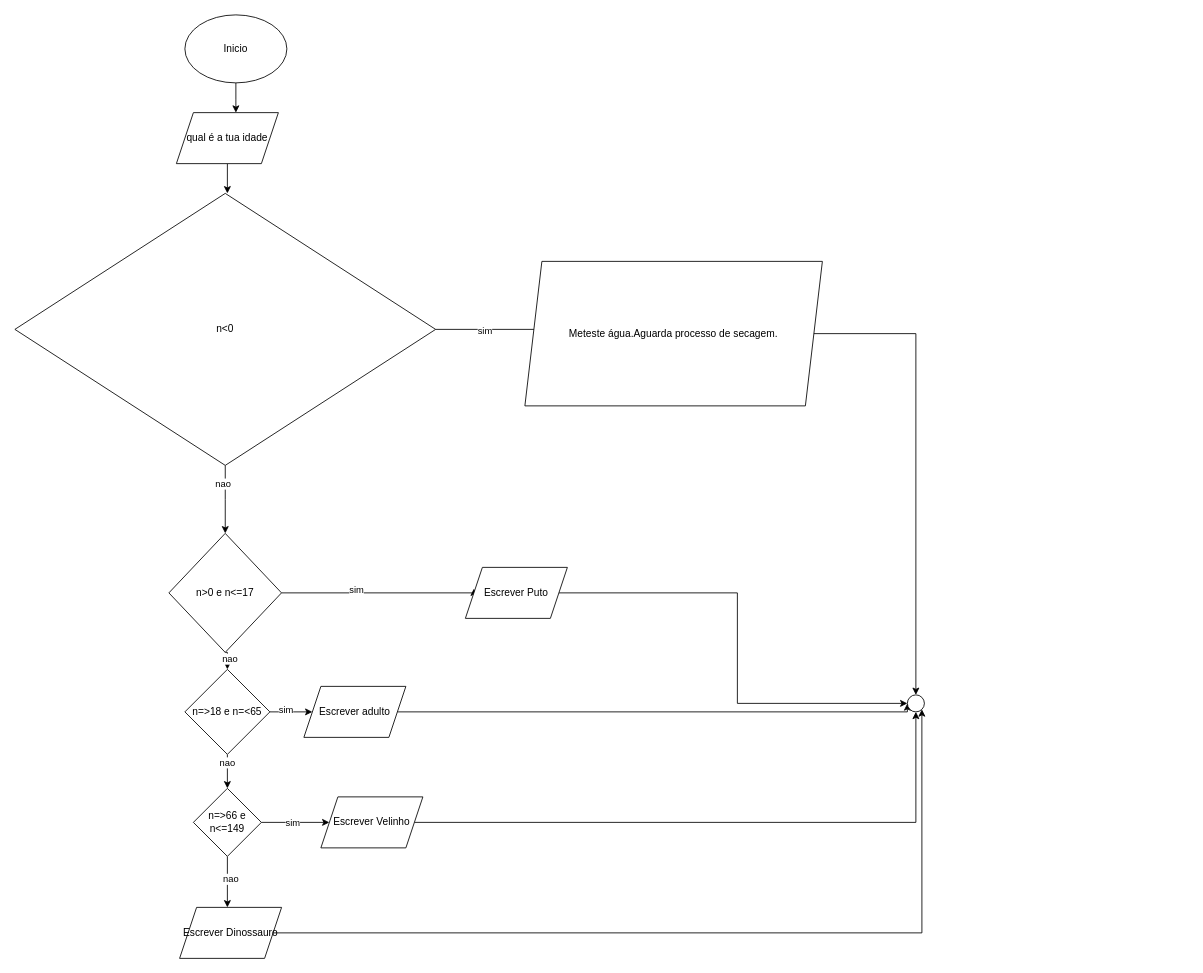
This is fluxograma 10.drawio from Goncalo203/diagrama-1, a draw.io file, before an edit. Source tidied: cells renumbered, new cells numbered last; positions are measured from the earlier drawing's top-left corner, leaving out a move shared by most shapes. Both pictures are drawn from the tidied source at 85%, with x=0, y=0 at pixel (14, 14).
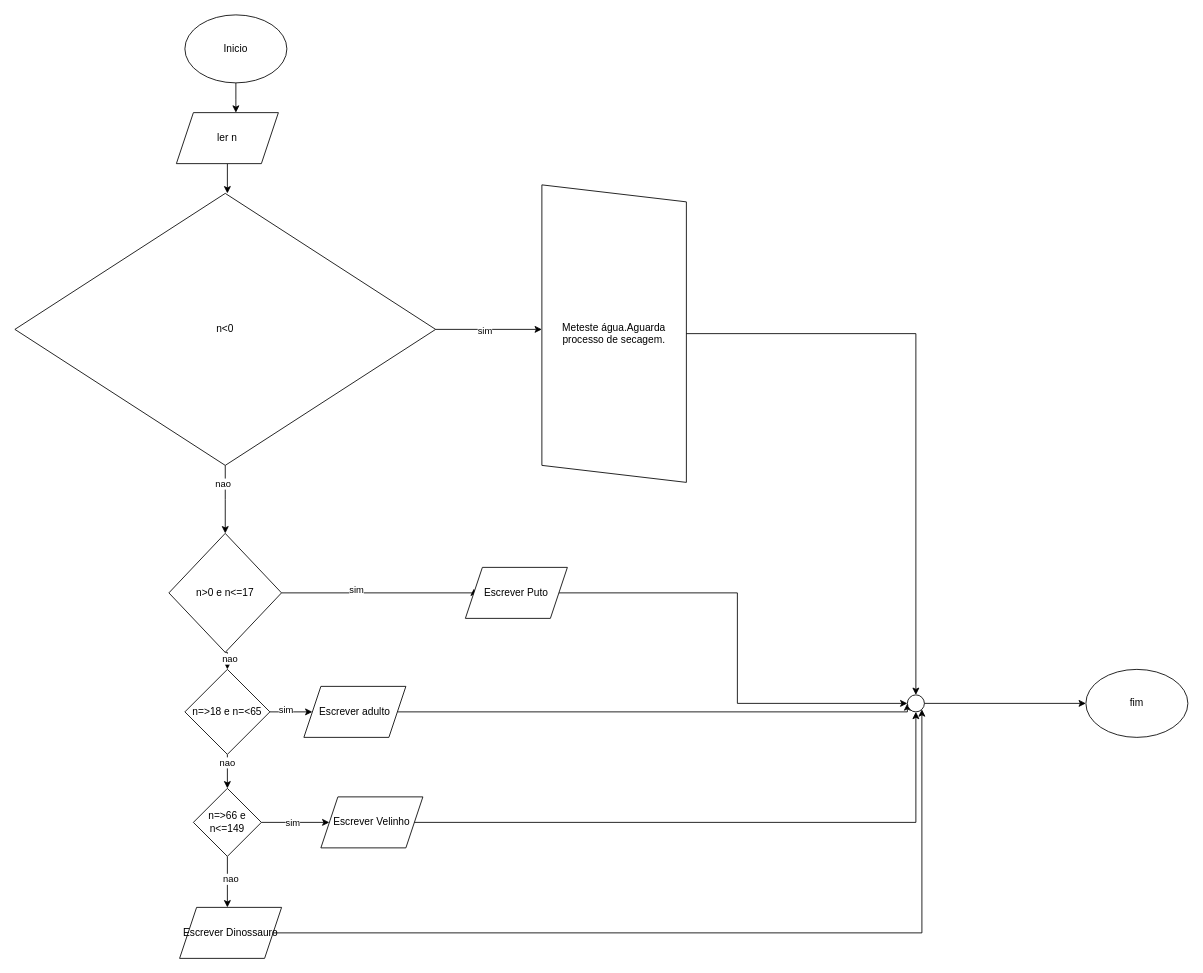
The same page after the edit.

Unchanged cells that the change refers to:
```xml
<mxCell id="37" style="ellipse;whiteSpace=wrap;html=1;shapeInside=1;" parent="1" vertex="1">
  <mxGeometry x="1050" y="800" width="20" height="20" as="geometry" />
</mxCell>
```

Change to the diagram source:
```diff
@@
-    <mxCell id="5" value="qual é a tua idade" style="shape=parallelogram;perimeter=parallelogramPerimeter;whiteSpace=wrap;html=1;shapeInside=1;fixedSize=1;" parent="1" vertex="1">
+    <mxCell id="5" value="ler n" style="shape=parallelogram;perimeter=parallelogramPerimeter;whiteSpace=wrap;html=1;shapeInside=1;fixedSize=1;" parent="1" vertex="1">
       <mxGeometry x="190" y="115" width="120" height="60" as="geometry" />
     </mxCell>
@@
-    <mxCell id="12" value="Meteste água.Aguarda processo de secagem." style="shape=parallelogram;perimeter=parallelogramPerimeter;whiteSpace=wrap;html=1;shapeInside=1;fixedSize=1;" parent="1" vertex="1">
-      <mxGeometry x="600" y="290" width="350" height="170" as="geometry" />
+    <mxCell id="12" value="Meteste água.Aguarda processo de secagem." style="shape=parallelogram;perimeter=parallelogramPerimeter;whiteSpace=wrap;html=1;shapeInside=1;fixedSize=1;direction=south;" parent="1" vertex="1">
+      <mxGeometry x="620" y="200" width="170" height="350" as="geometry" />
     </mxCell>
@@
-    <mxCell id="33" value="Escrever Velinho" style="shape=parallelogram;perimeter=parallelogramPerimeter;whiteSpace=wrap;html=1;shapeInside=1;fixedSize=1;" parent="1" vertex="1">
+    <mxCell id="33" value="Escrever Velinho" style="shape=parallelogram;perimeter=parallelogramPerimeter;whiteSpace=wrap;html=1;shapeInside=1;fixedSize=1;direction=west;" parent="1" vertex="1">
       <mxGeometry x="360" y="920" width="120" height="60" as="geometry" />
     </mxCell>
@@
-    <mxCell id="36" style="edgeStyle=orthogonalEdgeStyle;rounded=0;jettySize=auto;html=1;exitX=1;exitY=0.5;exitDx=0;exitDy=0;" parent="1" edge="1" source="12" target="37">
-      <mxGeometry relative="1" as="geometry" />
+    <mxCell id="36" style="edgeStyle=orthogonalEdgeStyle;rounded=0;jettySize=auto;html=1;exitX=0.5;exitY=0;exitDx=0;exitDy=0;" parent="1" edge="1" source="12" target="37">
+      <mxGeometry relative="1" as="geometry">
+        <Array as="points">
+          <mxPoint x="1060" y="375" />
+        </Array>
+      </mxGeometry>
     </mxCell>
+    <mxCell id="38" style="edgeStyle=orthogonalEdgeStyle;rounded=0;jettySize=auto;html=1;exitX=1;exitY=0.5;exitDx=0;exitDy=0;entryX=0;entryY=0.5;entryDx=0;entryDy=0;" parent="1" edge="1" source="37" target="39">
+      <mxGeometry relative="1" as="geometry" />
+    </mxCell>
@@
+    <mxCell id="39" value="fim" style="ellipse;whiteSpace=wrap;html=1;shapeInside=1;" parent="1" vertex="1">
+      <mxGeometry x="1260" y="770" width="120" height="80" as="geometry" />
+    </mxCell>
```
